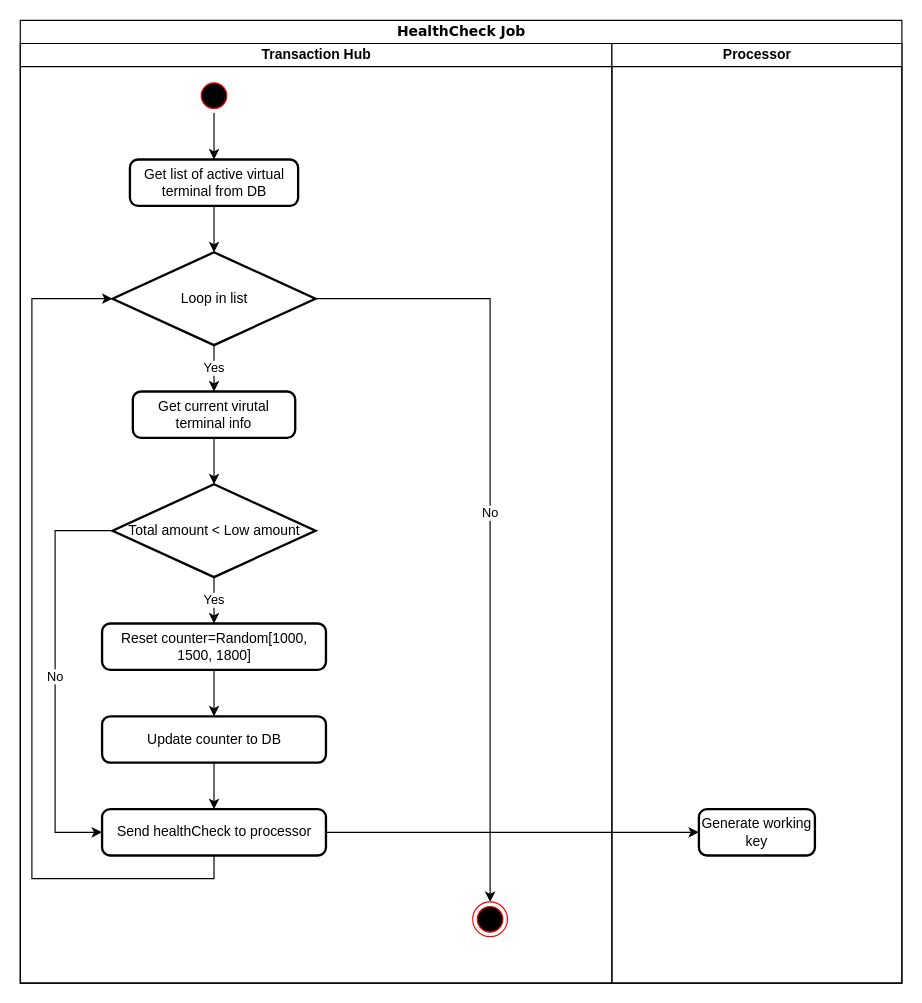
Before: page "HealthCheck Job" (5 of 5) of docs/diagram.drawio in SmileDragonfly/transaction-hub, a draw.io diagram. Source tidied: cells renumbered, new cells numbered last; positions are measured from the earlier drawing's top-left corner, leaving out a move shared by most shapes. Both pictures are drawn from the tidied source at 116%, with x=0, y=0 at pixel (20, 20).
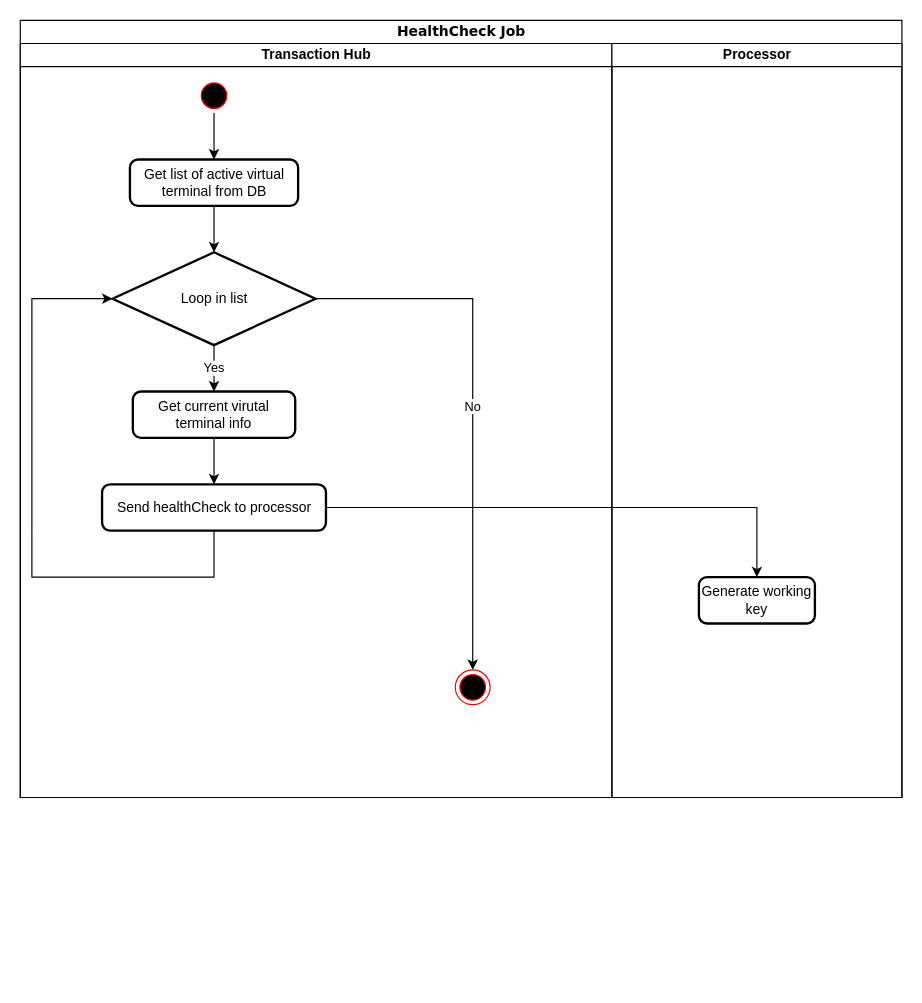
After the change.

Unchanged cells that the change refers to:
```xml
<mxCell id="10" value="Loop in list" style="strokeWidth=2;html=1;shape=mxgraph.flowchart.decision;whiteSpace=wrap;" parent="3" vertex="1">
  <mxGeometry x="79.5" y="180" width="175" height="80" as="geometry" />
</mxCell>
<mxCell id="12" value="Get current virutal terminal info" style="rounded=1;whiteSpace=wrap;html=1;absoluteArcSize=1;arcSize=14;strokeWidth=2;" parent="3" vertex="1">
  <mxGeometry x="97" y="300" width="140" height="40" as="geometry" />
</mxCell>
```

Change to the diagram source:
```diff
@@
     <mxCell id="2" value="HealthCheck Job" style="swimlane;html=1;startSize=20;rounded=0;shadow=0;comic=0;labelBackgroundColor=none;strokeWidth=1;fontFamily=Verdana;fontSize=12;align=center;swimlaneLine=1;" parent="1" vertex="1">
-      <mxGeometry width="760" height="830" as="geometry" />
+      <mxGeometry width="760" height="670" as="geometry" />
     </mxCell>
     <mxCell id="3" value="Transaction Hub" style="swimlane;html=1;startSize=20;" parent="2" vertex="1">
-      <mxGeometry y="20" width="510" height="810" as="geometry" />
+      <mxGeometry y="20" width="510" height="650" as="geometry" />
     </mxCell>
@@
-    <mxCell id="11" style="edgeStyle=orthogonalEdgeStyle;rounded=0;jettySize=auto;html=1;exitX=0.5;exitY=1;exitDx=0;exitDy=0;" parent="3" edge="1" source="12" target="16">
-      <mxGeometry relative="1" as="geometry" />
-    </mxCell>
+    <mxCell id="26" style="edgeStyle=orthogonalEdgeStyle;rounded=0;jettySize=auto;html=1;" parent="3" edge="1" source="12" target="20">
+      <mxGeometry relative="1" as="geometry" />
+    </mxCell>
@@
     <mxCell id="13" style="ellipse;html=1;shape=endState;fillColor=#000000;strokeColor=#ff0000;" parent="3" vertex="1">
-      <mxGeometry x="390" y="740" width="30" height="30" as="geometry" />
+      <mxGeometry x="375" y="540" width="30" height="30" as="geometry" />
     </mxCell>
-    <mxCell id="14" value="Yes" style="edgeStyle=orthogonalEdgeStyle;rounded=0;jettySize=auto;html=1;exitX=0.5;exitY=1;exitDx=0;exitDy=0;exitPerimeter=0;entryX=0.5;entryY=0;entryDx=0;entryDy=0;" parent="3" edge="1" source="16" target="18">
-      <mxGeometry relative="1" as="geometry" />
-    </mxCell>
-    <mxCell id="15" value="No" style="edgeStyle=orthogonalEdgeStyle;rounded=0;jettySize=auto;html=1;exitX=0;exitY=0.5;exitDx=0;exitDy=0;exitPerimeter=0;entryX=0;entryY=0.5;entryDx=0;entryDy=0;" parent="3" edge="1" source="16" target="20">
-      <mxGeometry relative="1" as="geometry">
-        <Array as="points">
-          <mxPoint x="30" y="420" />
-          <mxPoint x="30" y="680" />
-        </Array>
-      </mxGeometry>
-    </mxCell>
-    <mxCell id="16" value="Total amount &amp;lt; Low amount" style="strokeWidth=2;html=1;shape=mxgraph.flowchart.decision;whiteSpace=wrap;" parent="3" vertex="1">
-      <mxGeometry x="79.5" y="380" width="175" height="80" as="geometry" />
-    </mxCell>
-    <mxCell id="17" style="edgeStyle=orthogonalEdgeStyle;rounded=0;jettySize=auto;html=1;exitX=0.5;exitY=1;exitDx=0;exitDy=0;entryX=0.5;entryY=0;entryDx=0;entryDy=0;" parent="3" edge="1" source="18" target="22">
-      <mxGeometry relative="1" as="geometry" />
-    </mxCell>
-    <mxCell id="18" value="Reset counter=Random[1000, 1500, 1800]" style="rounded=1;whiteSpace=wrap;html=1;absoluteArcSize=1;arcSize=14;strokeWidth=2;" parent="3" vertex="1">
-      <mxGeometry x="70.5" y="500" width="193" height="40" as="geometry" />
-    </mxCell>
     <mxCell id="19" style="edgeStyle=orthogonalEdgeStyle;rounded=0;jettySize=auto;html=1;exitX=0.5;exitY=1;exitDx=0;exitDy=0;entryX=0;entryY=0.5;entryDx=0;entryDy=0;entryPerimeter=0;" parent="3" edge="1" source="20" target="10">
       <mxGeometry relative="1" as="geometry">
         <Array as="points">
-          <mxPoint x="167" y="720" />
-          <mxPoint x="10" y="720" />
+          <mxPoint x="167" y="460" />
+          <mxPoint x="10" y="460" />
           <mxPoint x="10" y="220" />
         </Array>
       </mxGeometry>
     </mxCell>
     <mxCell id="20" value="Send healthCheck to processor" style="rounded=1;whiteSpace=wrap;html=1;absoluteArcSize=1;arcSize=14;strokeWidth=2;" parent="3" vertex="1">
-      <mxGeometry x="70.5" y="660" width="193" height="40" as="geometry" />
+      <mxGeometry x="70.5" y="380" width="193" height="40" as="geometry" />
     </mxCell>
-    <mxCell id="21" style="edgeStyle=orthogonalEdgeStyle;rounded=0;jettySize=auto;html=1;exitX=0.5;exitY=1;exitDx=0;exitDy=0;" parent="3" edge="1" source="22" target="20">
-      <mxGeometry relative="1" as="geometry" />
-    </mxCell>
-    <mxCell id="22" value="Update counter to DB" style="rounded=1;whiteSpace=wrap;html=1;absoluteArcSize=1;arcSize=14;strokeWidth=2;" parent="3" vertex="1">
-      <mxGeometry x="70.5" y="580" width="193" height="40" as="geometry" />
-    </mxCell>
     <mxCell id="23" value="Processor" style="swimlane;html=1;startSize=20;" parent="2" vertex="1">
-      <mxGeometry x="510" y="20" width="250" height="810" as="geometry" />
+      <mxGeometry x="510" y="20" width="250" height="650" as="geometry" />
     </mxCell>
     <mxCell id="24" value="Generate working key" style="rounded=1;whiteSpace=wrap;html=1;absoluteArcSize=1;arcSize=14;strokeWidth=2;" parent="23" vertex="1">
-      <mxGeometry x="75" y="660" width="100" height="40" as="geometry" />
+      <mxGeometry x="75" y="460" width="100" height="40" as="geometry" />
     </mxCell>
```
